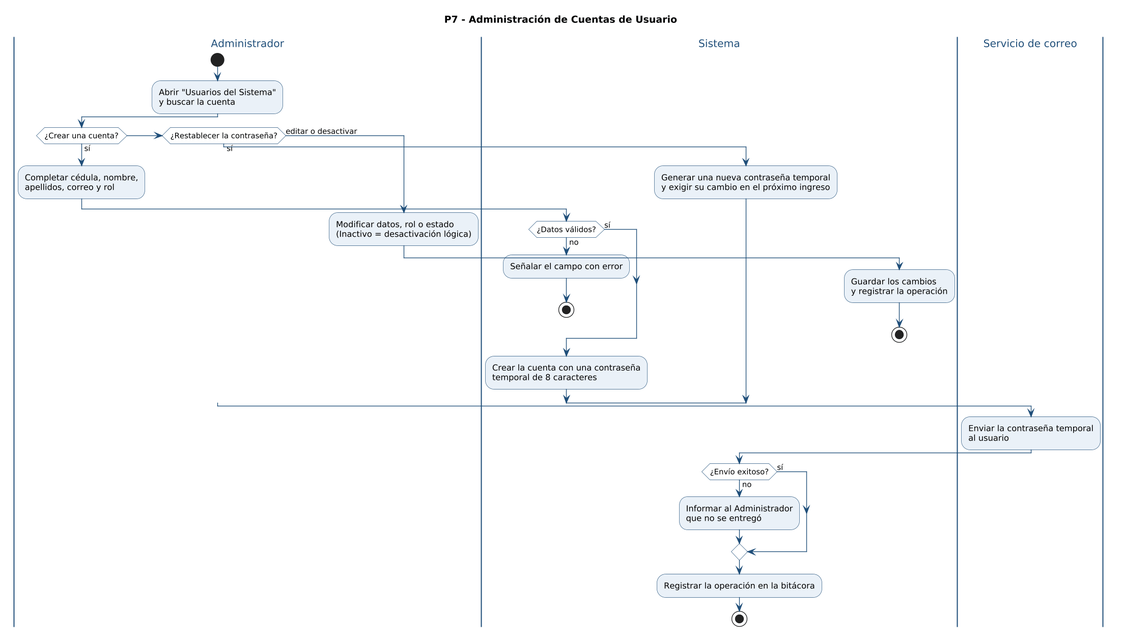
Before: Documentacion/Documentacion_ServIA_2026/Diagramas/Procesos/p7.png, a diagram exported from PlantUML (procmc/JusticIA). Its diagram source:
```plantuml
@startuml
skinparam backgroundColor white
skinparam dpi 130
skinparam shadowing false
skinparam ArrowColor #1F4E79
skinparam activity {
  BackgroundColor #EAF1F8
  BorderColor #1F4E79
  DiamondBackgroundColor #FFFFFF
  DiamondBorderColor #1F4E79
}
skinparam swimlane {
  BorderColor #1F4E79
  TitleFontColor #1F4E79
  TitleFontSize 15
}
skinparam note {
  BackgroundColor #FFF8E1
  BorderColor #B7791F
}
title P7 - Administración de Cuentas de Usuario
|Administrador|
start
:Abrir "Usuarios del Sistema"\ny buscar la cuenta;
if (¿Crear una cuenta?) then (sí)
  |Administrador|
  :Completar cédula, nombre,\napellidos, correo y rol;
  |Sistema|
  if (¿Datos válidos?) then (no)
    :Señalar el campo con error;
    stop
  else (sí)
  endif
  :Crear la cuenta con una contraseña\ntemporal de 8 caracteres;
elseif (¿Restablecer la contraseña?) then (sí)
  |Sistema|
  :Generar una nueva contraseña temporal\ny exigir su cambio en el próximo ingreso;
else (editar o desactivar)
  |Administrador|
  :Modificar datos, rol o estado\n(Inactivo = desactivación lógica);
  |Sistema|
  :Guardar los cambios\ny registrar la operación;
  stop
endif
|Servicio de correo|
:Enviar la contraseña temporal\nal usuario;
|Sistema|
if (¿Envío exitoso?) then (no)
  :Informar al Administrador\nque no se entregó;
else (sí)
endif
:Registrar la operación en la bitácora;
stop
@enduml
```
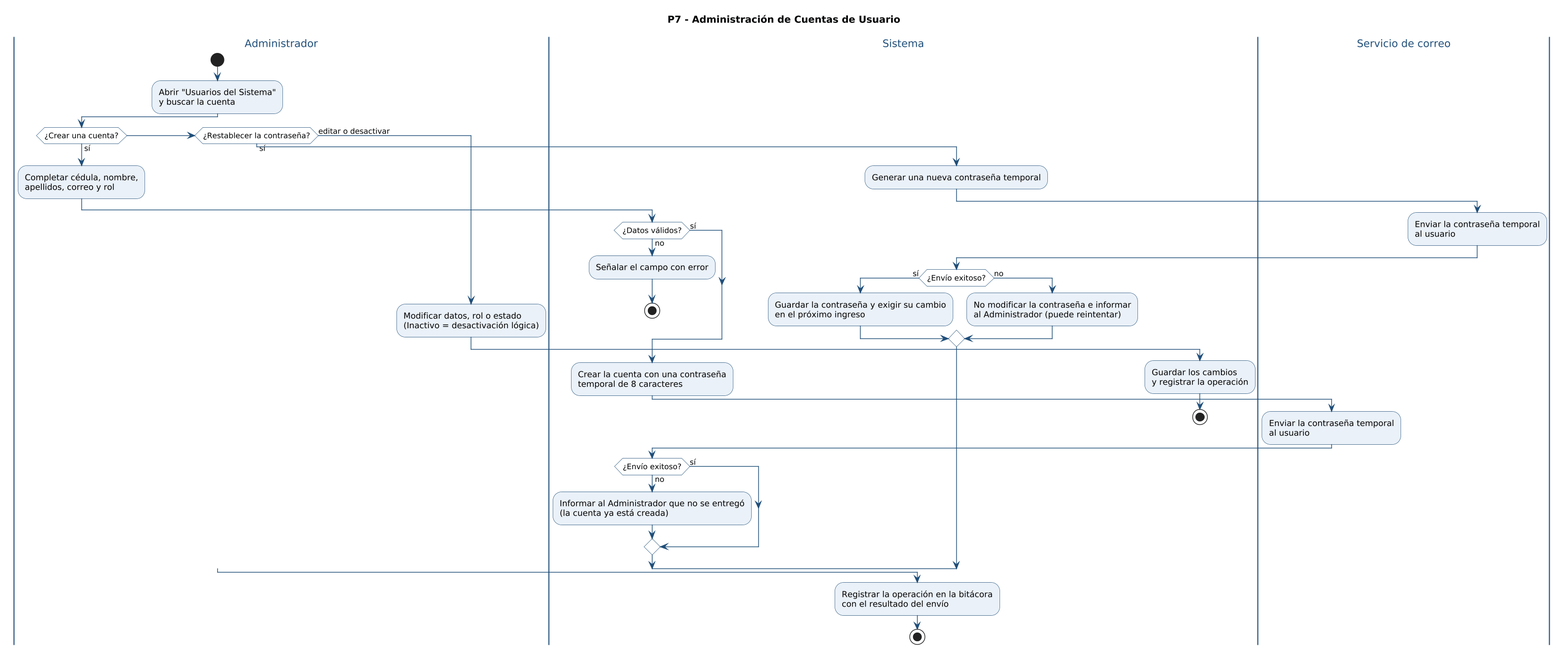
After the commit.

What changed in the source:
```diff
@@ -32,9 +32,24 @@
   else (sí)
   endif
   :Crear la cuenta con una contraseña\ntemporal de 8 caracteres;
+  |Servicio de correo|
+  :Enviar la contraseña temporal\nal usuario;
+  |Sistema|
+  if (¿Envío exitoso?) then (no)
+    :Informar al Administrador que no se entregó\n(la cuenta ya está creada);
+  else (sí)
+  endif
 elseif (¿Restablecer la contraseña?) then (sí)
   |Sistema|
-  :Generar una nueva contraseña temporal\ny exigir su cambio en el próximo ingreso;
+  :Generar una nueva contraseña temporal;
+  |Servicio de correo|
+  :Enviar la contraseña temporal\nal usuario;
+  |Sistema|
+  if (¿Envío exitoso?) then (sí)
+    :Guardar la contraseña y exigir su cambio\nen el próximo ingreso;
+  else (no)
+    :No modificar la contraseña e informar\nal Administrador (puede reintentar);
+  endif
 else (editar o desactivar)
   |Administrador|
   :Modificar datos, rol o estado\n(Inactivo = desactivación lógica);
@@ -42,13 +57,7 @@
   :Guardar los cambios\ny registrar la operación;
   stop
 endif
-|Servicio de correo|
-:Enviar la contraseña temporal\nal usuario;
 |Sistema|
-if (¿Envío exitoso?) then (no)
-  :Informar al Administrador\nque no se entregó;
-else (sí)
-endif
-:Registrar la operación en la bitácora;
+:Registrar la operación en la bitácora\ncon el resultado del envío;
 stop
 @enduml
```
